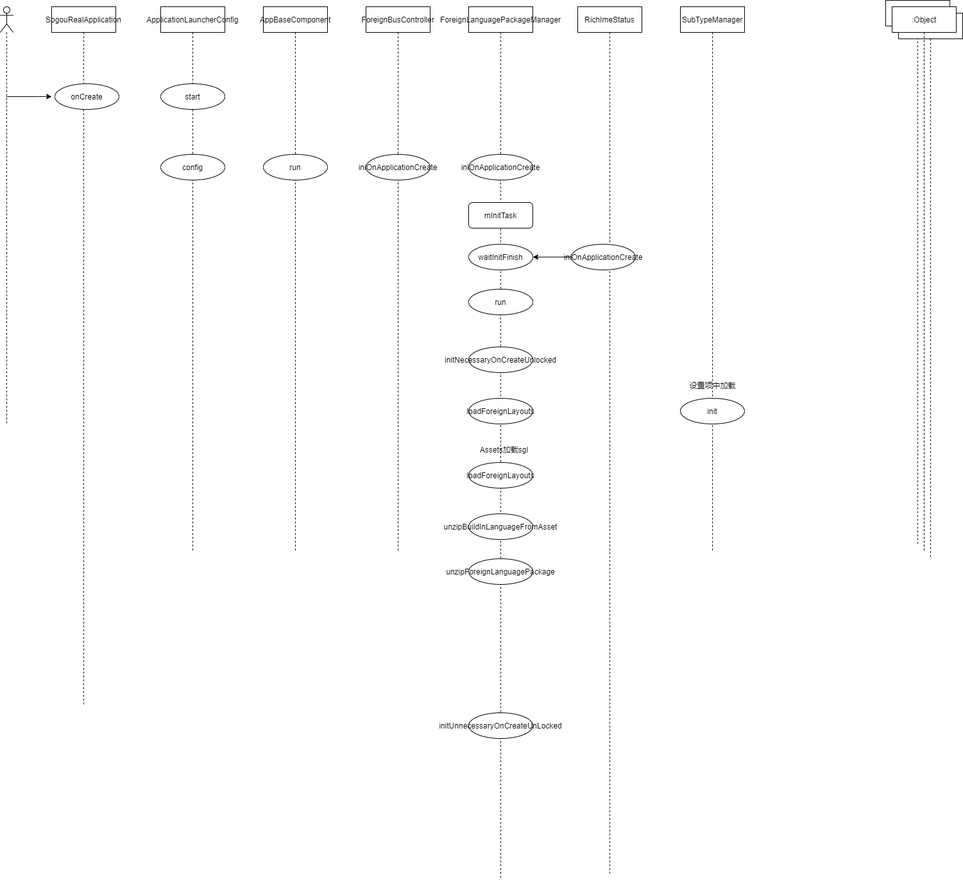
Above: input/foreign-package-manage.png in chonglv/charts (draw.io), before the change. Source tidied: cells renumbered, new cells last; positions are measured from the earlier drawing's top-left corner, leaving out a move shared by most shapes.
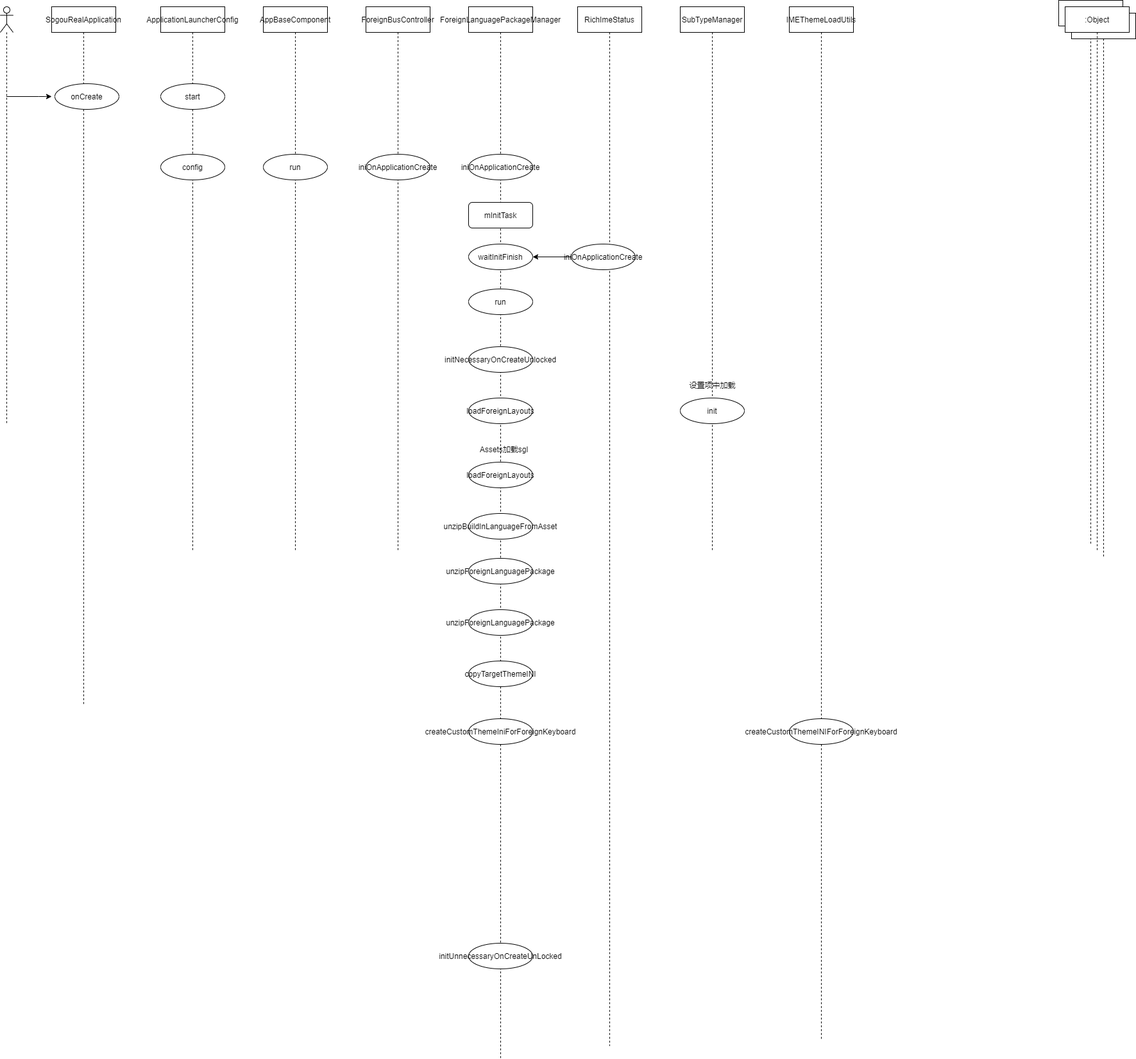
After the commit.

What changed in the source:
```diff
@@ -12,7 +12,7 @@
       <mxGeometry x="5" y="120" width="100" height="40" as="geometry" />
     </mxCell>
     <mxCell id="5" value=":Object" style="shape=umlLifeline;perimeter=lifelinePerimeter;whiteSpace=wrap;html=1;" parent="1" vertex="1">
-      <mxGeometry x="1380" width="100" height="850" as="geometry" />
+      <mxGeometry x="1650" width="100" height="850" as="geometry" />
     </mxCell>
     <mxCell id="6" style="endArrow=classic;html=1;" parent="1" edge="1" source="2">
       <mxGeometry relative="1" as="geometry">
@@ -31,14 +31,14 @@
     <mxCell id="9" value="config" style="ellipse;whiteSpace=wrap;html=1;" parent="1" vertex="1">
       <mxGeometry x="250" y="240" width="100" height="40" as="geometry" />
     </mxCell>
-    <mxCell id="10" value=":Object" style="shape=umlLifeline;perimeter=lifelinePerimeter;whiteSpace=wrap;html=1;" parent="1" vertex="1">
-      <mxGeometry x="1390" y="10" width="100" height="850" as="geometry" />
+    <mxCell id="10" value="IMEThemeLoadUtils" style="shape=umlLifeline;perimeter=lifelinePerimeter;whiteSpace=wrap;html=1;" parent="1" vertex="1">
+      <mxGeometry x="1230" y="10" width="100" height="1610" as="geometry" />
     </mxCell>
     <mxCell id="11" value=":Object" style="shape=umlLifeline;perimeter=lifelinePerimeter;whiteSpace=wrap;html=1;" parent="1" vertex="1">
-      <mxGeometry x="1400" y="20" width="100" height="850" as="geometry" />
+      <mxGeometry x="1670" y="20" width="100" height="850" as="geometry" />
     </mxCell>
     <mxCell id="12" value="ForeignLanguagePackageManager" style="shape=umlLifeline;perimeter=lifelinePerimeter;whiteSpace=wrap;html=1;" parent="1" vertex="1">
-      <mxGeometry x="730" y="10" width="100" height="1360" as="geometry" />
+      <mxGeometry x="730" y="10" width="100" height="1640" as="geometry" />
     </mxCell>
     <mxCell id="13" value="iniOnApplicationCreate" style="ellipse;whiteSpace=wrap;html=1;" parent="12" vertex="1">
       <mxGeometry y="230" width="100" height="40" as="geometry" />
@@ -52,6 +52,18 @@
     <mxCell id="16" value="unzipBuildInLanguageFromAsset" style="ellipse;whiteSpace=wrap;html=1;" parent="12" vertex="1">
       <mxGeometry y="790" width="100" height="40" as="geometry" />
     </mxCell>
+    <mxCell id="35" value="unzipForeignLanguagePackage" style="ellipse;whiteSpace=wrap;html=1;" parent="12" vertex="1">
+      <mxGeometry y="940" width="100" height="40" as="geometry" />
+    </mxCell>
+    <mxCell id="36" value="copyTargetThemeINI" style="ellipse;whiteSpace=wrap;html=1;" parent="12" vertex="1">
+      <mxGeometry y="1020" width="100" height="40" as="geometry" />
+    </mxCell>
+    <mxCell id="37" value="createCustomThemeIniForForeignKeyboard" style="ellipse;whiteSpace=wrap;html=1;" parent="12" vertex="1">
+      <mxGeometry y="1110" width="100" height="40" as="geometry" />
+    </mxCell>
+    <mxCell id="28" value="initUnnecessaryOnCreateUnLocked" style="ellipse;whiteSpace=wrap;html=1;" parent="12" vertex="1">
+      <mxGeometry y="1460" width="100" height="40" as="geometry" />
+    </mxCell>
     <mxCell id="17" value="ForeignBusController" style="shape=umlLifeline;perimeter=lifelinePerimeter;whiteSpace=wrap;html=1;" parent="1" vertex="1">
       <mxGeometry x="570" y="10" width="100" height="850" as="geometry" />
     </mxCell>
@@ -65,13 +77,13 @@
       <mxGeometry x="570" y="240" width="100" height="40" as="geometry" />
     </mxCell>
     <mxCell id="21" value=":Object" style="shape=umlLifeline;perimeter=lifelinePerimeter;whiteSpace=wrap;html=1;" parent="1" vertex="1">
-      <mxGeometry x="1390" y="10" width="100" height="850" as="geometry" />
+      <mxGeometry x="1660" y="10" width="100" height="850" as="geometry" />
     </mxCell>
     <mxCell id="22" value="SubTypeManager" style="shape=umlLifeline;perimeter=lifelinePerimeter;whiteSpace=wrap;html=1;" parent="1" vertex="1">
       <mxGeometry x="1060" y="10" width="100" height="850" as="geometry" />
     </mxCell>
     <mxCell id="23" value="RichImeStatus" style="shape=umlLifeline;perimeter=lifelinePerimeter;whiteSpace=wrap;html=1;" parent="1" vertex="1">
-      <mxGeometry x="900" y="10" width="100" height="1350" as="geometry" />
+      <mxGeometry x="900" y="10" width="100" height="1620" as="geometry" />
     </mxCell>
     <mxCell id="24" value="mInitTask" style="rounded=1;whiteSpace=wrap;html=1;" parent="1" vertex="1">
       <mxGeometry x="730" y="315" width="100" height="40" as="geometry" />
@@ -85,9 +97,6 @@
     <mxCell id="27" value="run" style="ellipse;whiteSpace=wrap;html=1;" parent="1" vertex="1">
       <mxGeometry x="730" y="450" width="100" height="40" as="geometry" />
     </mxCell>
-    <mxCell id="28" value="initUnnecessaryOnCreateUnLocked" style="ellipse;whiteSpace=wrap;html=1;" parent="1" vertex="1">
-      <mxGeometry x="730" y="1110" width="100" height="40" as="geometry" />
-    </mxCell>
     <mxCell id="29" value="loadForeignLayouts" style="ellipse;whiteSpace=wrap;html=1;" parent="1" vertex="1">
       <mxGeometry x="730" y="620" width="100" height="40" as="geometry" />
     </mxCell>
@@ -106,5 +115,8 @@
     <mxCell id="34" value="unzipForeignLanguagePackage" style="ellipse;whiteSpace=wrap;html=1;" parent="1" vertex="1">
       <mxGeometry x="730" y="870" width="100" height="40" as="geometry" />
     </mxCell>
+    <mxCell id="38" value="createCustomThemeINIForForeignKeyboard" style="ellipse;whiteSpace=wrap;html=1;" parent="1" vertex="1">
+      <mxGeometry x="1230" y="1120" width="100" height="40" as="geometry" />
+    </mxCell>
   </root>
 </mxGraphModel>
```
